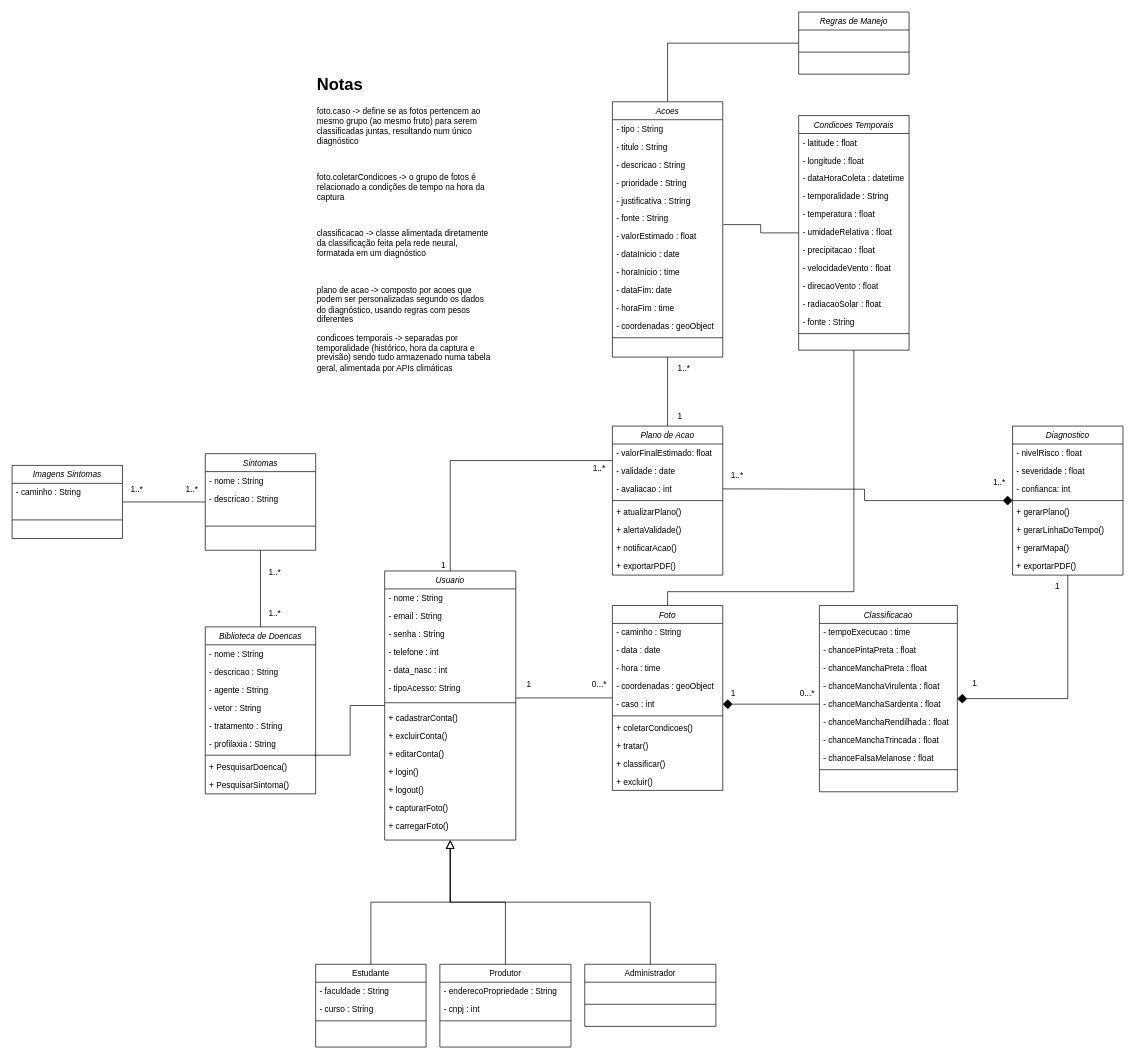
The draw.io diagram uml/classes_blackspot.drawio in guilhermexmada/pi-ponskan, before the edit. Source tidied: cells renumbered, new cells numbered last; positions are measured from the earlier drawing's top-left corner, leaving out a move shared by most shapes. Both pictures are drawn from the tidied source at 69%, with x=0, y=0 at pixel (12, 12).
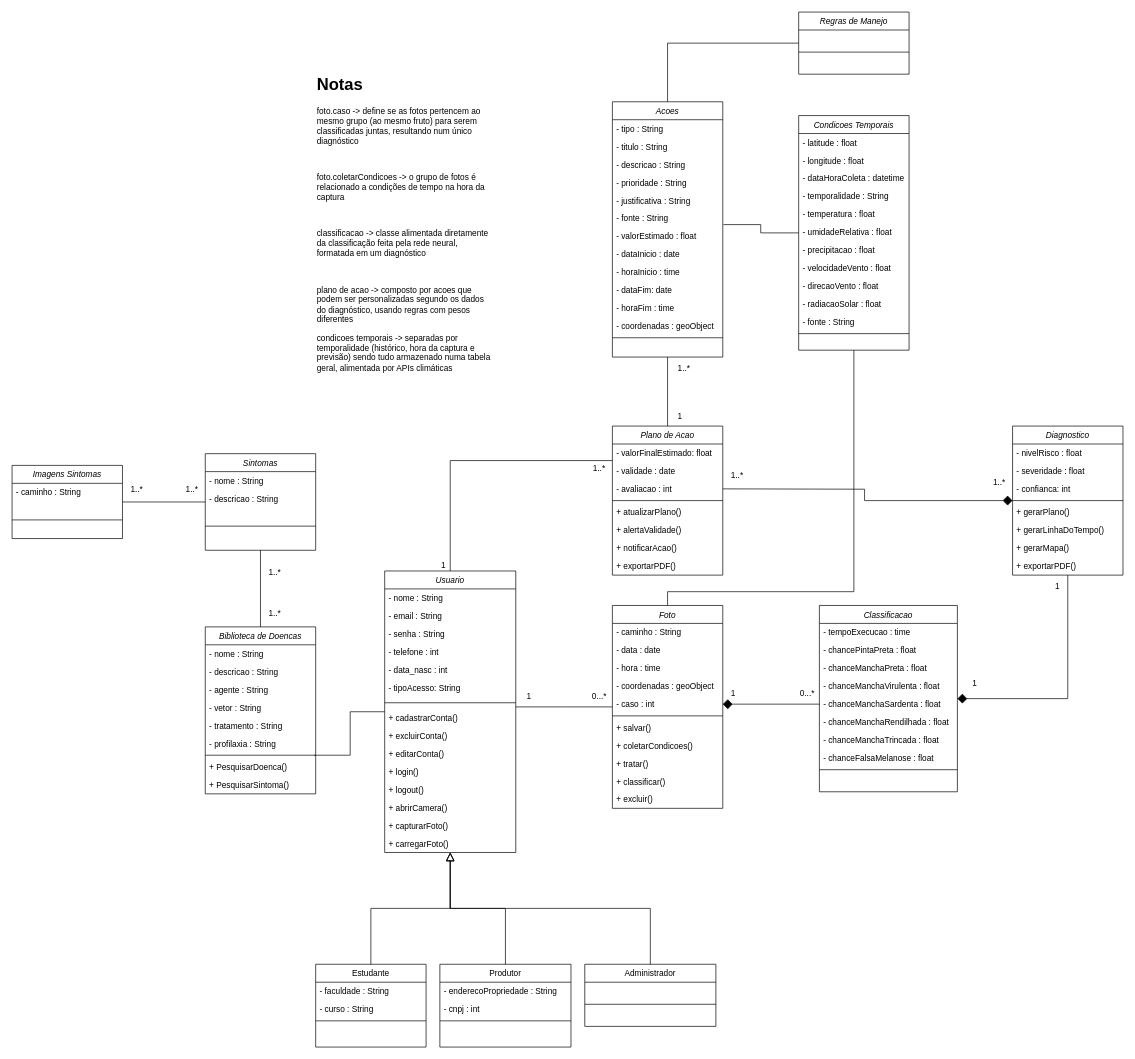
Above is the later version.

Unchanged cells that the change refers to:
```xml
<mxCell id="39" style="endArrow=none;shadow=0;strokeWidth=1;rounded=0;curved=0;endFill=0;edgeStyle=elbowEdgeStyle;elbow=vertical;" parent="1" edge="1" source="2" target="28">
  <mxGeometry x="0.5" y="41" relative="1" as="geometry">
    <mxPoint x="-40" y="32" as="offset" />
  </mxGeometry>
</mxCell>
```

Change to the diagram source:
```diff
@@
     <mxCell id="2" value="Usuario" style="swimlane;fontStyle=2;align=center;verticalAlign=top;horizontal=1;startSize=26;rounded=0;shadow=0;strokeWidth=1;" parent="1" vertex="1">
-      <mxGeometry x="540" y="810" width="190" height="390" as="geometry" />
+      <mxGeometry x="540" y="810" width="190" height="408" as="geometry" />
     </mxCell>
@@
+    <mxCell id="144" value="+ abrirCamera()" style="text;align=left;verticalAlign=top;spacingLeft=4;spacingRight=4;overflow=hidden;rounded=0;shadow=0;html=0;" parent="2" vertex="1">
+      <mxGeometry y="330" width="190" height="26" as="geometry" />
+    </mxCell>
     <mxCell id="15" value="+ capturarFoto()" style="text;align=left;verticalAlign=top;spacingLeft=4;spacingRight=4;overflow=hidden;rounded=0;shadow=0;html=0;" parent="2" vertex="1">
-      <mxGeometry y="330" width="190" height="26" as="geometry" />
+      <mxGeometry y="356" width="190" height="26" as="geometry" />
     </mxCell>
     <mxCell id="16" value="+ carregarFoto()" style="text;align=left;verticalAlign=top;spacingLeft=4;spacingRight=4;overflow=hidden;rounded=0;shadow=0;html=0;" parent="2" vertex="1">
-      <mxGeometry y="356" width="190" height="26" as="geometry" />
+      <mxGeometry y="382" width="190" height="26" as="geometry" />
     </mxCell>
@@
     <mxCell id="28" value="Foto" style="swimlane;fontStyle=2;align=center;verticalAlign=top;horizontal=1;startSize=26;rounded=0;shadow=0;strokeWidth=1;" parent="1" vertex="1">
-      <mxGeometry x="870" y="860" width="160" height="268" as="geometry" />
+      <mxGeometry x="870" y="860" width="160" height="294" as="geometry" />
     </mxCell>
@@
-    <mxCell id="35" value="+ coletarCondicoes()" style="text;align=left;verticalAlign=top;spacingLeft=4;spacingRight=4;overflow=hidden;rounded=0;shadow=0;html=0;" parent="28" vertex="1">
+    <mxCell id="35" value="+ salvar()" style="text;align=left;verticalAlign=top;spacingLeft=4;spacingRight=4;overflow=hidden;rounded=0;shadow=0;html=0;" parent="28" vertex="1">
       <mxGeometry y="164" width="160" height="26" as="geometry" />
     </mxCell>
+    <mxCell id="145" value="+ coletarCondicoes()" style="text;align=left;verticalAlign=top;spacingLeft=4;spacingRight=4;overflow=hidden;rounded=0;shadow=0;html=0;" parent="28" vertex="1">
+      <mxGeometry y="190" width="160" height="26" as="geometry" />
+    </mxCell>
     <mxCell id="36" value="+ tratar()" style="text;align=left;verticalAlign=top;spacingLeft=4;spacingRight=4;overflow=hidden;rounded=0;shadow=0;html=0;" parent="28" vertex="1">
-      <mxGeometry y="190" width="160" height="26" as="geometry" />
+      <mxGeometry y="216" width="160" height="26" as="geometry" />
     </mxCell>
     <mxCell id="37" value="+ classificar()" style="text;align=left;verticalAlign=top;spacingLeft=4;spacingRight=4;overflow=hidden;rounded=0;shadow=0;html=0;" parent="28" vertex="1">
-      <mxGeometry y="216" width="160" height="26" as="geometry" />
+      <mxGeometry y="242" width="160" height="26" as="geometry" />
     </mxCell>
     <mxCell id="38" value="+ excluir()" style="text;align=left;verticalAlign=top;spacingLeft=4;spacingRight=4;overflow=hidden;rounded=0;shadow=0;html=0;" parent="28" vertex="1">
-      <mxGeometry y="242" width="160" height="26" as="geometry" />
+      <mxGeometry y="268" width="160" height="26" as="geometry" />
     </mxCell>
@@
     <mxCell id="40" value="1" style="align=left;verticalAlign=bottom;labelBackgroundColor=none;fontSize=12;" parent="39" vertex="1">
       <mxGeometry x="-1" relative="1" as="geometry">
-        <mxPoint x="14" y="-11" as="offset" />
+        <mxPoint x="14" y="-7" as="offset" />
       </mxGeometry>
     </mxCell>
     <mxCell id="41" value="0...*" style="align=right;verticalAlign=bottom;labelBackgroundColor=none;fontSize=12;" parent="39" vertex="1">
       <mxGeometry x="1" relative="1" as="geometry">
-        <mxPoint x="-7" y="-11" as="offset" />
+        <mxPoint x="-7" y="-7" as="offset" />
       </mxGeometry>
     </mxCell>
```
